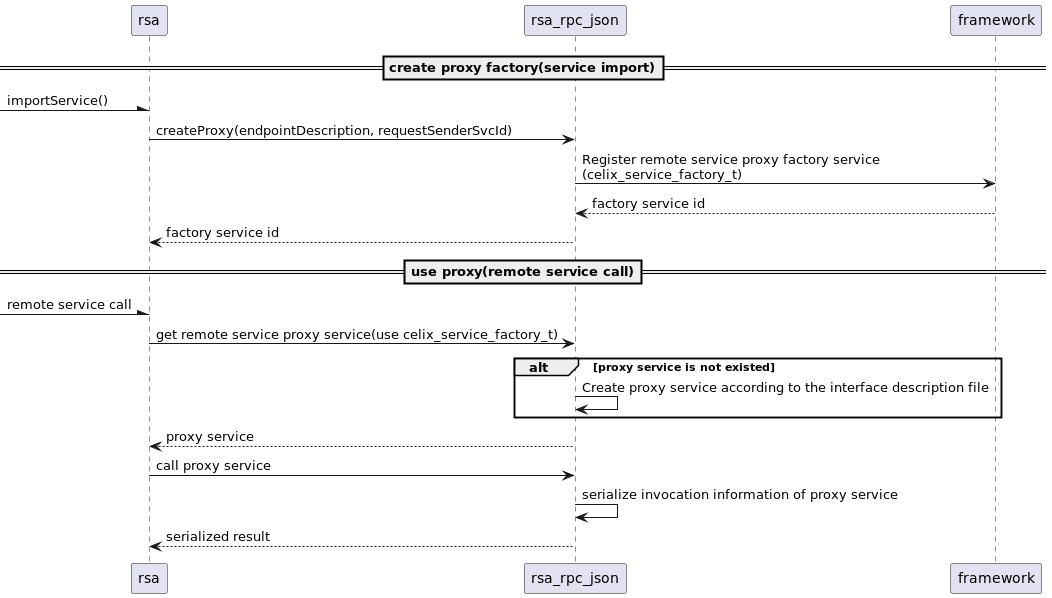
Above: bundles/remote_services/rsa_rpc_json/diagrams/remote_service_proxy_use_seq.png in apache/celix (PlantUML), before the change.
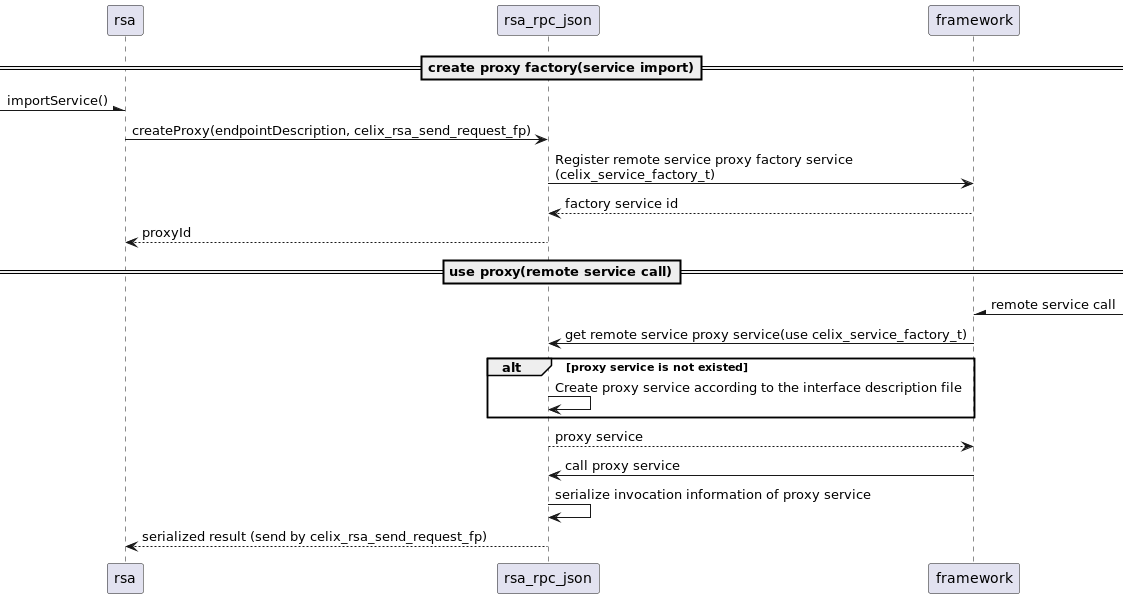
The same diagram one commit later.

The edit, as a diff of the source:
```diff
@@ -1,19 +1,19 @@
 @startuml
 ==create proxy factory(service import)==
 -\rsa:importService()
-rsa->rsa_rpc_json:createProxy(endpointDescription, requestSenderSvcId)
+rsa->rsa_rpc_json:createProxy(endpointDescription, celix_rsa_send_request_fp)
 rsa_rpc_json->framework:Register remote service proxy factory service\n(celix_service_factory_t)
 return factory service id
-rsa_rpc_json --> rsa:factory service id
+rsa_rpc_json --> rsa:proxyId
 
 ==use proxy(remote service call)==
--\rsa:remote service call
-rsa->rsa_rpc_json:get remote service proxy service(use celix_service_factory_t)
+framework/-:remote service call
+framework->rsa_rpc_json:get remote service proxy service(use celix_service_factory_t)
 alt proxy service is not existed
 rsa_rpc_json->rsa_rpc_json:Create proxy service according to the interface description file
 end
-rsa_rpc_json-->rsa:proxy service
-rsa->rsa_rpc_json:call proxy service
+rsa_rpc_json-->framework:proxy service
+framework->rsa_rpc_json:call proxy service
 rsa_rpc_json->rsa_rpc_json:serialize invocation information of proxy service
-rsa_rpc_json-->rsa:serialized result
+rsa_rpc_json-->rsa:serialized result (send by celix_rsa_send_request_fp)
 @enduml
```
